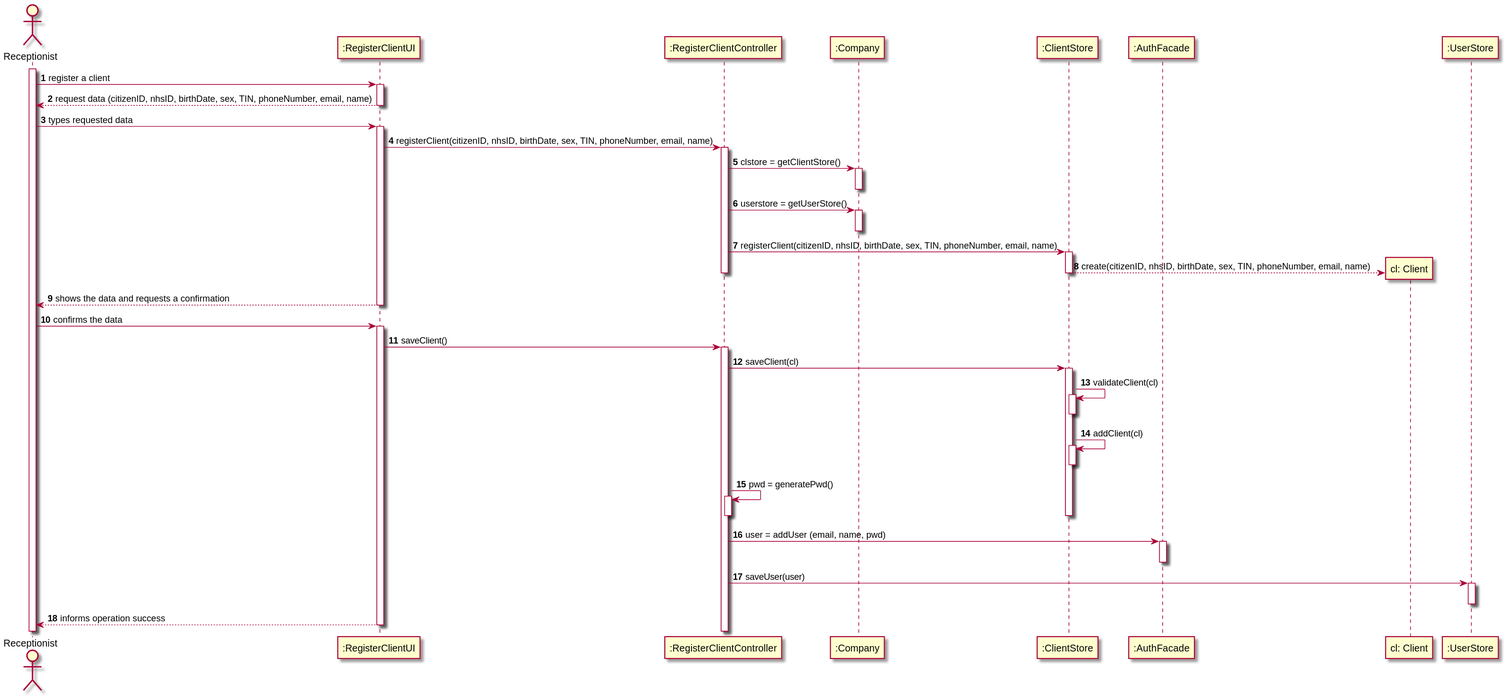
Above: docs/SprintB/US03/US03-SD.svg in 0franciscor/lei-21-s2-1de-g19 (PlantUML), before the change.
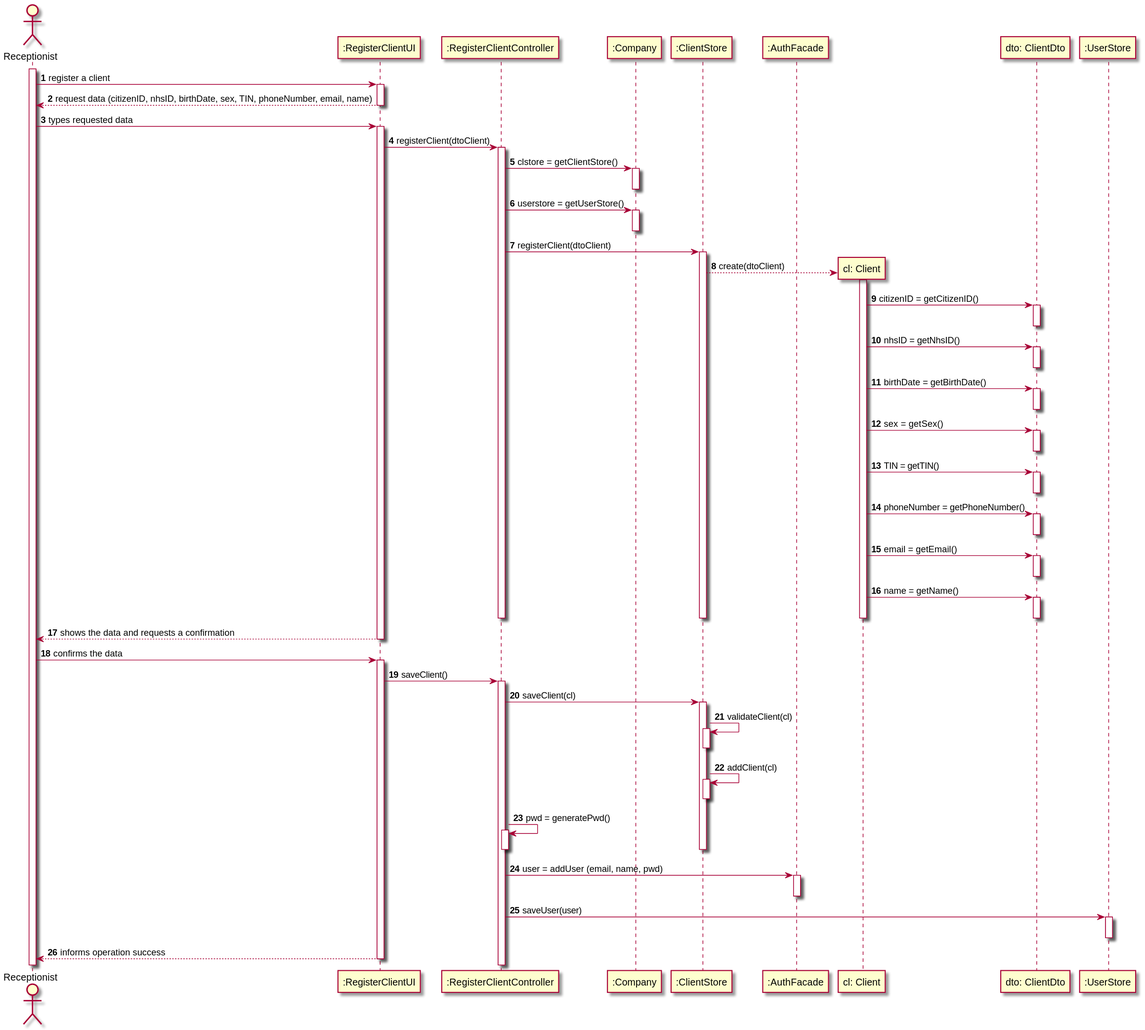
The same file after the commit.

Commit message:
Adição do dto no SD da US3

Diff of the diagram source:
```diff
@@ -12,7 +12,7 @@
 deactivate ":RegisterClientUI"
 R -> ":RegisterClientUI" : types requested data
 activate ":RegisterClientUI"
-":RegisterClientUI" -> ":RegisterClientController": registerClient(citizenID, nhsID, birthDate, sex, TIN, phoneNumber, email, name)
+":RegisterClientUI" -> ":RegisterClientController": registerClient(dtoClient)
 activate ":RegisterClientController"
 ":RegisterClientController" -> ":Company": clstore = getClientStore()
 activate ":Company"
@@ -20,11 +20,37 @@
 ":RegisterClientController" -> ":Company": userstore = getUserStore()
 activate ":Company"
 deactivate ":Company"
-":RegisterClientController" -> ":ClientStore" : registerClient(citizenID, nhsID, birthDate, sex, TIN, phoneNumber, email, name)
+":RegisterClientController" -> ":ClientStore" : registerClient(dtoClient)
 deactivate ":AuthFacade"
 activate ":ClientStore"
 create "cl: Client"
-":ClientStore" --> "cl: Client": create(citizenID, nhsID, birthDate, sex, TIN, phoneNumber, email, name)
+":ClientStore" --> "cl: Client": create(dtoClient)
+activate "cl: Client"
+"cl: Client" -> "dto: ClientDto" : citizenID = getCitizenID()
+activate "dto: ClientDto"
+deactivate "dto: ClientDto"
+"cl: Client" -> "dto: ClientDto" : nhsID = getNhsID()
+activate "dto: ClientDto"
+deactivate "dto: ClientDto"
+"cl: Client" -> "dto: ClientDto" : birthDate = getBirthDate()
+activate "dto: ClientDto"
+deactivate "dto: ClientDto"
+"cl: Client" -> "dto: ClientDto" : sex = getSex()
+activate "dto: ClientDto"
+deactivate "dto: ClientDto"
+"cl: Client" -> "dto: ClientDto" : TIN = getTIN()
+activate "dto: ClientDto"
+deactivate "dto: ClientDto"
+"cl: Client" -> "dto: ClientDto" : phoneNumber = getPhoneNumber()
+activate "dto: ClientDto"
+deactivate "dto: ClientDto"
+"cl: Client" -> "dto: ClientDto" : email = getEmail()
+activate "dto: ClientDto"
+deactivate "dto: ClientDto"
+"cl: Client" -> "dto: ClientDto" : name = getName()
+activate "dto: ClientDto"
+deactivate "dto: ClientDto"
+deactivate "cl: Client"
 deactivate ":ClientStore"
 deactivate ":RegisterClientController"
 ":RegisterClientUI" --> R: shows the data and requests a confirmation
@@ -53,5 +79,4 @@
 ":RegisterClientUI" --> R: informs operation success
 deactivate ":RegisterClientUI"
 
-
 @enduml
```
